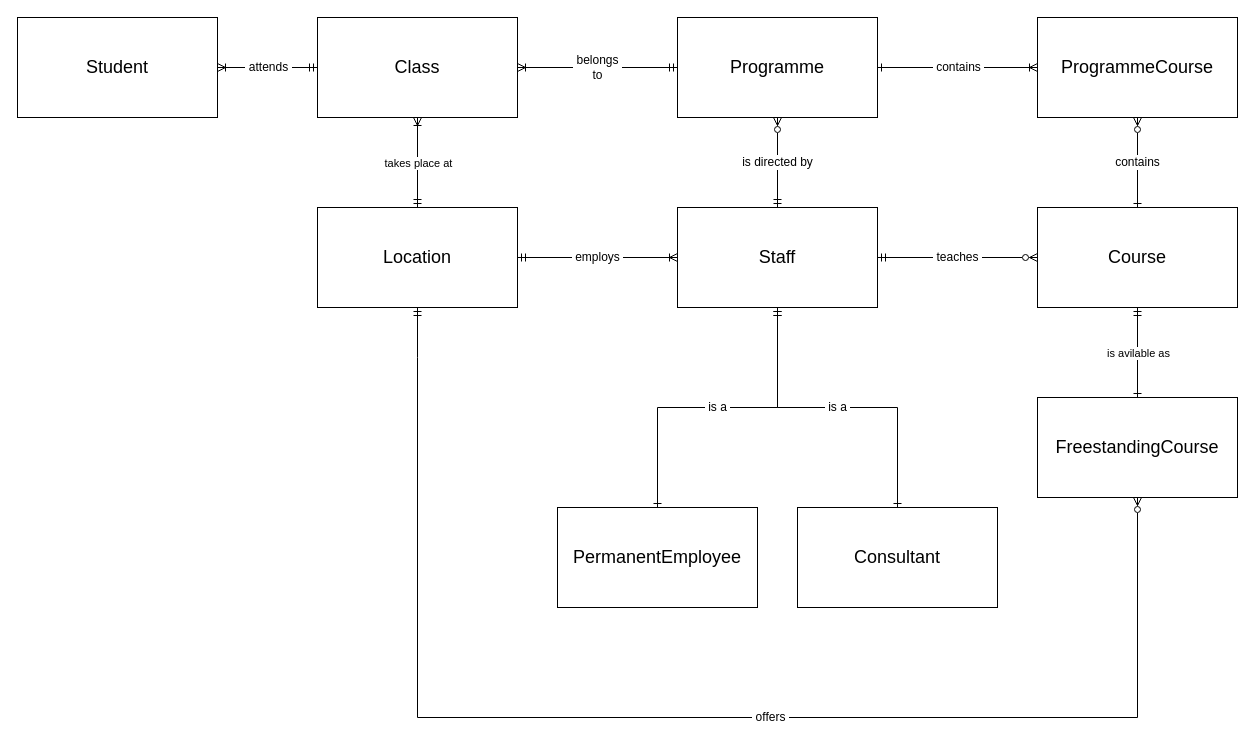
dagmarveronika/data-modeling-charlotta-dellborg-de24 keeps this draw.io diagram as yh_labb/conceptual_model/conceptual_model.drawio. Above is the earlier version. Source tidied: cells renumbered, new cells numbered last; positions are measured from the earlier drawing's top-left corner, leaving out a move shared by most shapes. Both pictures are drawn from the tidied source at 100%, with x=0, y=0 at pixel (17, 17).
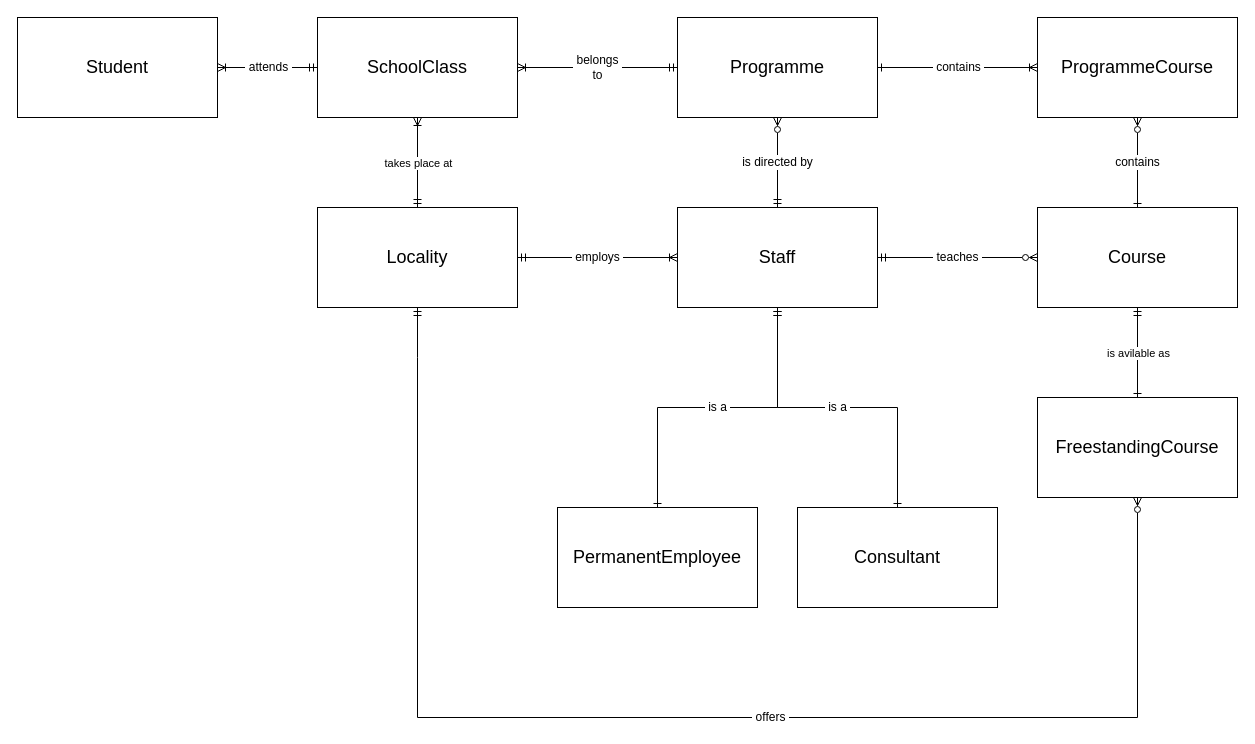
After the change.

Commit message (it also covers changes not shown here):
corrected names of entities and attributes to correspond with physical model

Change to the diagram source:
```diff
@@
-    <mxCell id="16" value="&lt;font style=&quot;font-size: 18px;&quot;&gt;Location&lt;/font&gt;" style="rounded=0;whiteSpace=wrap;html=1;" parent="1" vertex="1">
+    <mxCell id="16" value="&lt;font style=&quot;font-size: 18px;&quot;&gt;Locality&lt;/font&gt;" style="rounded=0;whiteSpace=wrap;html=1;" parent="1" vertex="1">
       <mxGeometry x="300" y="190" width="200" height="100" as="geometry" />
     </mxCell>
@@
-    <mxCell id="21" value="&lt;font style=&quot;font-size: 18px;&quot;&gt;Class&lt;/font&gt;" style="rounded=0;whiteSpace=wrap;html=1;" parent="1" vertex="1">
+    <mxCell id="21" value="&lt;font style=&quot;font-size: 18px;&quot;&gt;SchoolClass&lt;/font&gt;" style="rounded=0;whiteSpace=wrap;html=1;" parent="1" vertex="1">
       <mxGeometry x="300" width="200" height="100" as="geometry" />
     </mxCell>
```
